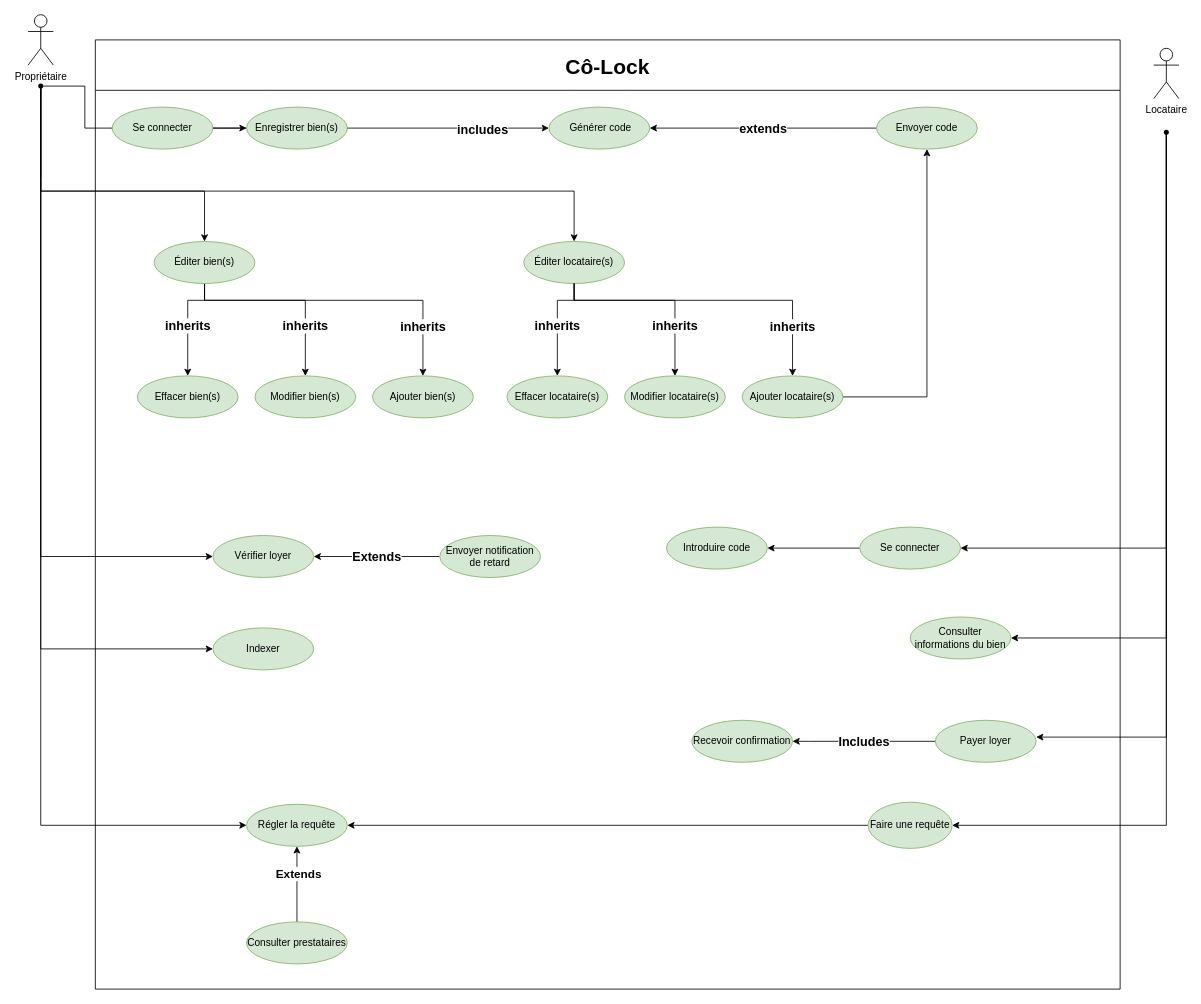
Earlier version of the draw.io diagram page "Use Case" (5 of 20) of Ko-loc (1).drawio (Julienthum/Co-Lock). Source tidied: cells renumbered, new cells numbered last; positions are measured from the earlier drawing's top-left corner, leaving out a move shared by most shapes. Both pictures are drawn from the tidied source at 84%, with x=0, y=0 at pixel (24, 14).
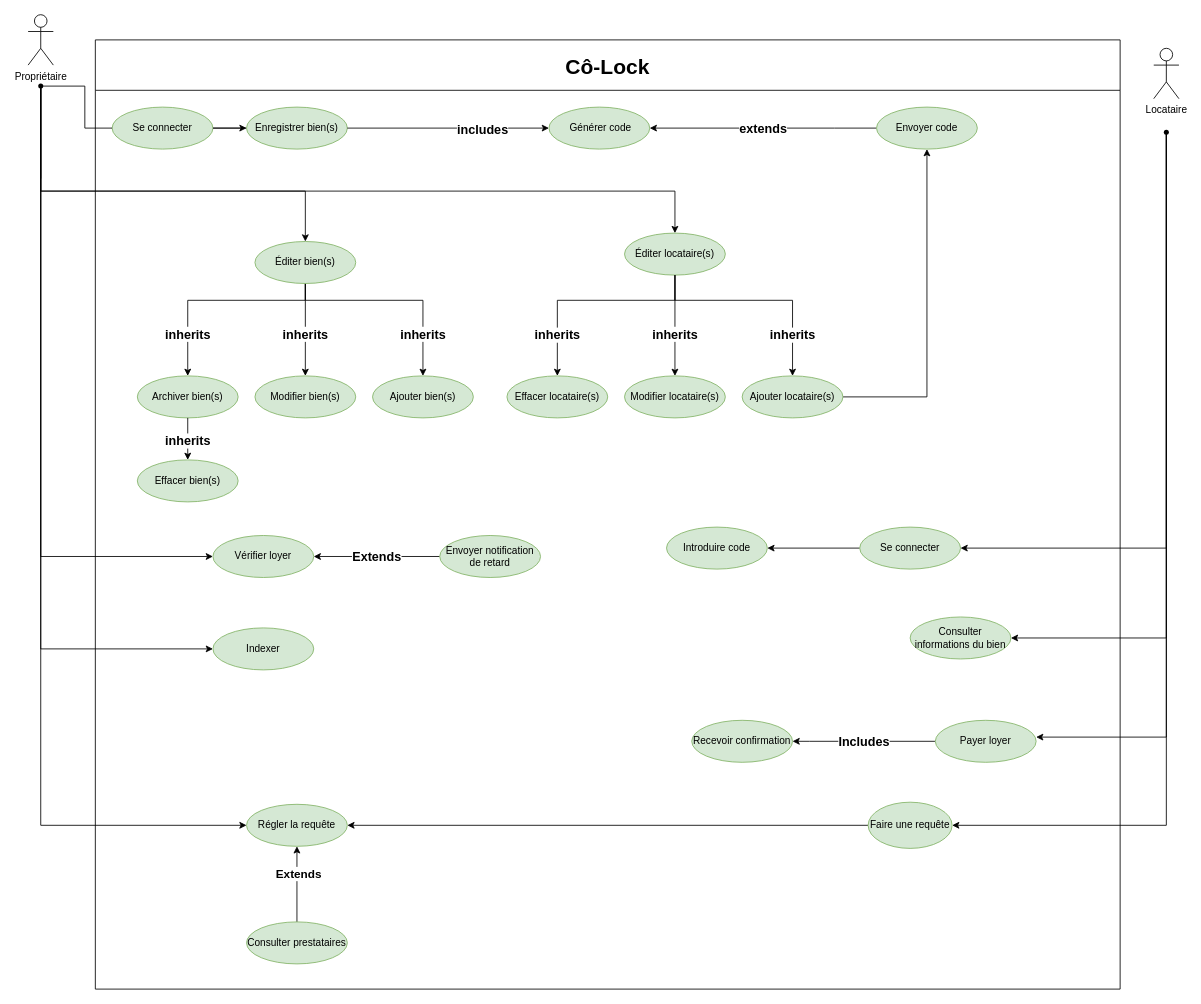
The same page after the edit.

Unchanged cells that the change refers to:
```xml
<mxCell id="2" value="Cô-Lock" style="swimlane;startSize=60;fillColor=default;strokeColor=default;fontColor=default;fontSize=25;" parent="1" vertex="1">
  <mxGeometry x="85" y="30" width="1220" height="1130" as="geometry" />
</mxCell>
<mxCell id="19" value="Modifier bien(s)" style="ellipse;whiteSpace=wrap;html=1;fillColor=#d5e8d4;strokeColor=#82b366;" parent="2" vertex="1">
  <mxGeometry x="190" y="400" width="120" height="50" as="geometry" />
</mxCell>
<mxCell id="21" value="Ajouter bien(s)" style="ellipse;whiteSpace=wrap;html=1;fillColor=#d5e8d4;strokeColor=#82b366;" parent="2" vertex="1">
  <mxGeometry x="330" y="400" width="120" height="50" as="geometry" />
</mxCell>
<mxCell id="23" value="Modifier locataire(s)" style="ellipse;whiteSpace=wrap;html=1;fillColor=#d5e8d4;strokeColor=#82b366;" parent="2" vertex="1">
  <mxGeometry x="630" y="400" width="120" height="50" as="geometry" />
</mxCell>
<mxCell id="25" value="Effacer locataire(s)" style="ellipse;whiteSpace=wrap;html=1;fillColor=#d5e8d4;strokeColor=#82b366;" parent="2" vertex="1">
  <mxGeometry x="490" y="400" width="120" height="50" as="geometry" />
</mxCell>
<mxCell id="28" value="Ajouter locataire(s)" style="ellipse;whiteSpace=wrap;html=1;fillColor=#d5e8d4;strokeColor=#82b366;" parent="2" vertex="1">
  <mxGeometry x="770" y="400" width="120" height="50" as="geometry" />
</mxCell>
<mxCell id="55" style="shape=waypoint;sketch=0;fillStyle=solid;size=6;points=[];fillColor=none;perimeter=centerPerimeter;snapToPoint=1;fontSize=15;" parent="1" vertex="1">
  <mxGeometry y="65" width="40" height="40" as="geometry" />
</mxCell>
```

Change to the diagram source:
```diff
@@
     <mxCell id="15" value="&lt;font style=&quot;font-size: 15px&quot;&gt;&lt;b&gt;inherits&lt;/b&gt;&lt;/font&gt;" style="edgeStyle=orthogonalEdgeStyle;rounded=0;jettySize=auto;html=1;entryX=0.5;entryY=0;entryDx=0;entryDy=0;" parent="2" edge="1" source="18" target="20">
-      <mxGeometry x="0.08" relative="1" as="geometry">
+      <mxGeometry x="0.6" relative="1" as="geometry">
         <Array as="points">
-          <mxPoint x="130" y="310" />
+          <mxPoint x="250" y="310" />
           <mxPoint x="110" y="310" />
         </Array>
       </mxGeometry>
     </mxCell>
     <mxCell id="16" value="&lt;b&gt;&lt;font style=&quot;font-size: 15px&quot;&gt;inherits&lt;/font&gt;&lt;/b&gt;" style="edgeStyle=orthogonalEdgeStyle;rounded=0;jettySize=auto;html=1;entryX=0.5;entryY=0;entryDx=0;entryDy=0;" parent="2" edge="1" source="18" target="19">
-      <mxGeometry x="0.48" relative="1" as="geometry">
+      <mxGeometry x="0.09" relative="1" as="geometry">
         <Array as="points">
-          <mxPoint x="130" y="310" />
+          <mxPoint x="250" y="310" />
           <mxPoint x="250" y="310" />
         </Array>
       </mxGeometry>
     </mxCell>
     <mxCell id="17" value="&lt;b&gt;&lt;font style=&quot;font-size: 15px&quot;&gt;inherits&lt;/font&gt;&lt;/b&gt;" style="edgeStyle=orthogonalEdgeStyle;rounded=0;jettySize=auto;html=1;entryX=0.5;entryY=0;entryDx=0;entryDy=0;" parent="2" edge="1" source="18" target="21">
-      <mxGeometry x="0.68" relative="1" as="geometry">
+      <mxGeometry x="0.6" relative="1" as="geometry">
         <Array as="points">
-          <mxPoint x="130" y="310" />
+          <mxPoint x="250" y="310" />
           <mxPoint x="390" y="310" />
         </Array>
       </mxGeometry>
     </mxCell>
     <mxCell id="18" value="Éditer bien(s)" style="ellipse;whiteSpace=wrap;html=1;fillColor=#d5e8d4;strokeColor=#82b366;" parent="2" vertex="1">
-      <mxGeometry x="70" y="240" width="120" height="50" as="geometry" />
+      <mxGeometry x="190" y="240" width="120" height="50" as="geometry" />
     </mxCell>
@@
-    <mxCell id="20" value="Effacer bien(s)" style="ellipse;whiteSpace=wrap;html=1;fillColor=#d5e8d4;strokeColor=#82b366;" parent="2" vertex="1">
+    <mxCell id="20" value="Archiver bien(s)" style="ellipse;whiteSpace=wrap;html=1;fillColor=#d5e8d4;strokeColor=#82b366;" parent="2" vertex="1">
       <mxGeometry x="50" y="400" width="120" height="50" as="geometry" />
     </mxCell>
@@
     <mxCell id="22" value="Éditer locataire(s)" style="ellipse;whiteSpace=wrap;html=1;fillColor=#d5e8d4;strokeColor=#82b366;" parent="2" vertex="1">
-      <mxGeometry x="510" y="240" width="120" height="50" as="geometry" />
+      <mxGeometry x="630" y="230" width="120" height="50" as="geometry" />
     </mxCell>
@@
     <mxCell id="24" value="&lt;b&gt;&lt;font style=&quot;font-size: 15px&quot;&gt;inherits&lt;/font&gt;&lt;/b&gt;" style="edgeStyle=orthogonalEdgeStyle;rounded=0;jettySize=auto;html=1;entryX=0.5;entryY=0;entryDx=0;entryDy=0;" parent="2" edge="1" source="22" target="23">
-      <mxGeometry x="0.48" relative="1" as="geometry">
+      <mxGeometry x="0.17" relative="1" as="geometry">
         <Array as="points">
-          <mxPoint x="570" y="310" />
+          <mxPoint x="690" y="310" />
           <mxPoint x="690" y="310" />
         </Array>
       </mxGeometry>
     </mxCell>
@@
     <mxCell id="26" value="&lt;b&gt;&lt;font style=&quot;font-size: 15px&quot;&gt;inherits&lt;/font&gt;&lt;/b&gt;" style="edgeStyle=orthogonalEdgeStyle;rounded=0;jettySize=auto;html=1;entryX=0.5;entryY=0;entryDx=0;entryDy=0;" parent="2" edge="1" source="22" target="25">
-      <mxGeometry x="0.08" relative="1" as="geometry">
+      <mxGeometry x="0.62" relative="1" as="geometry">
         <Array as="points">
-          <mxPoint x="570" y="310" />
+          <mxPoint x="690" y="310" />
           <mxPoint x="550" y="310" />
         </Array>
       </mxGeometry>
     </mxCell>
@@
     <mxCell id="29" value="&lt;b&gt;&lt;font style=&quot;font-size: 15px&quot;&gt;inherits&lt;/font&gt;&lt;/b&gt;" style="edgeStyle=orthogonalEdgeStyle;rounded=0;jettySize=auto;html=1;entryX=0.5;entryY=0;entryDx=0;entryDy=0;" parent="2" edge="1" source="22" target="28">
-      <mxGeometry x="0.68" relative="1" as="geometry">
+      <mxGeometry x="0.62" relative="1" as="geometry">
         <Array as="points">
-          <mxPoint x="570" y="310" />
+          <mxPoint x="690" y="310" />
           <mxPoint x="830" y="310" />
         </Array>
       </mxGeometry>
     </mxCell>
@@
+    <mxCell id="59" value="Effacer bien(s)" style="ellipse;whiteSpace=wrap;html=1;fillColor=#d5e8d4;strokeColor=#82b366;" parent="2" vertex="1">
+      <mxGeometry x="50" y="500" width="120" height="50" as="geometry" />
+    </mxCell>
+    <mxCell id="60" value="&lt;font style=&quot;font-size: 15px&quot;&gt;&lt;b&gt;inherits&lt;/b&gt;&lt;/font&gt;" style="edgeStyle=orthogonalEdgeStyle;rounded=0;jettySize=auto;html=1;exitX=0.5;exitY=1;exitDx=0;exitDy=0;" parent="2" edge="1" source="20" target="59">
+      <mxGeometry x="0.08" relative="1" as="geometry" />
+    </mxCell>
@@
     <mxCell id="46" style="edgeStyle=orthogonalEdgeStyle;rounded=0;jettySize=auto;html=1;entryX=0.5;entryY=0;entryDx=0;entryDy=0;" parent="1" edge="1" source="55" target="18">
       <mxGeometry relative="1" as="geometry">
         <Array as="points">
           <mxPoint x="20" y="210" />
-          <mxPoint x="215" y="210" />
+          <mxPoint x="335" y="210" />
         </Array>
       </mxGeometry>
     </mxCell>
     <mxCell id="47" style="edgeStyle=orthogonalEdgeStyle;rounded=0;jettySize=auto;html=1;entryX=0.5;entryY=0;entryDx=0;entryDy=0;" parent="1" edge="1" source="55" target="22">
       <mxGeometry relative="1" as="geometry">
         <Array as="points">
           <mxPoint x="20" y="210" />
-          <mxPoint x="655" y="210" />
+          <mxPoint x="775" y="210" />
         </Array>
       </mxGeometry>
     </mxCell>
```
